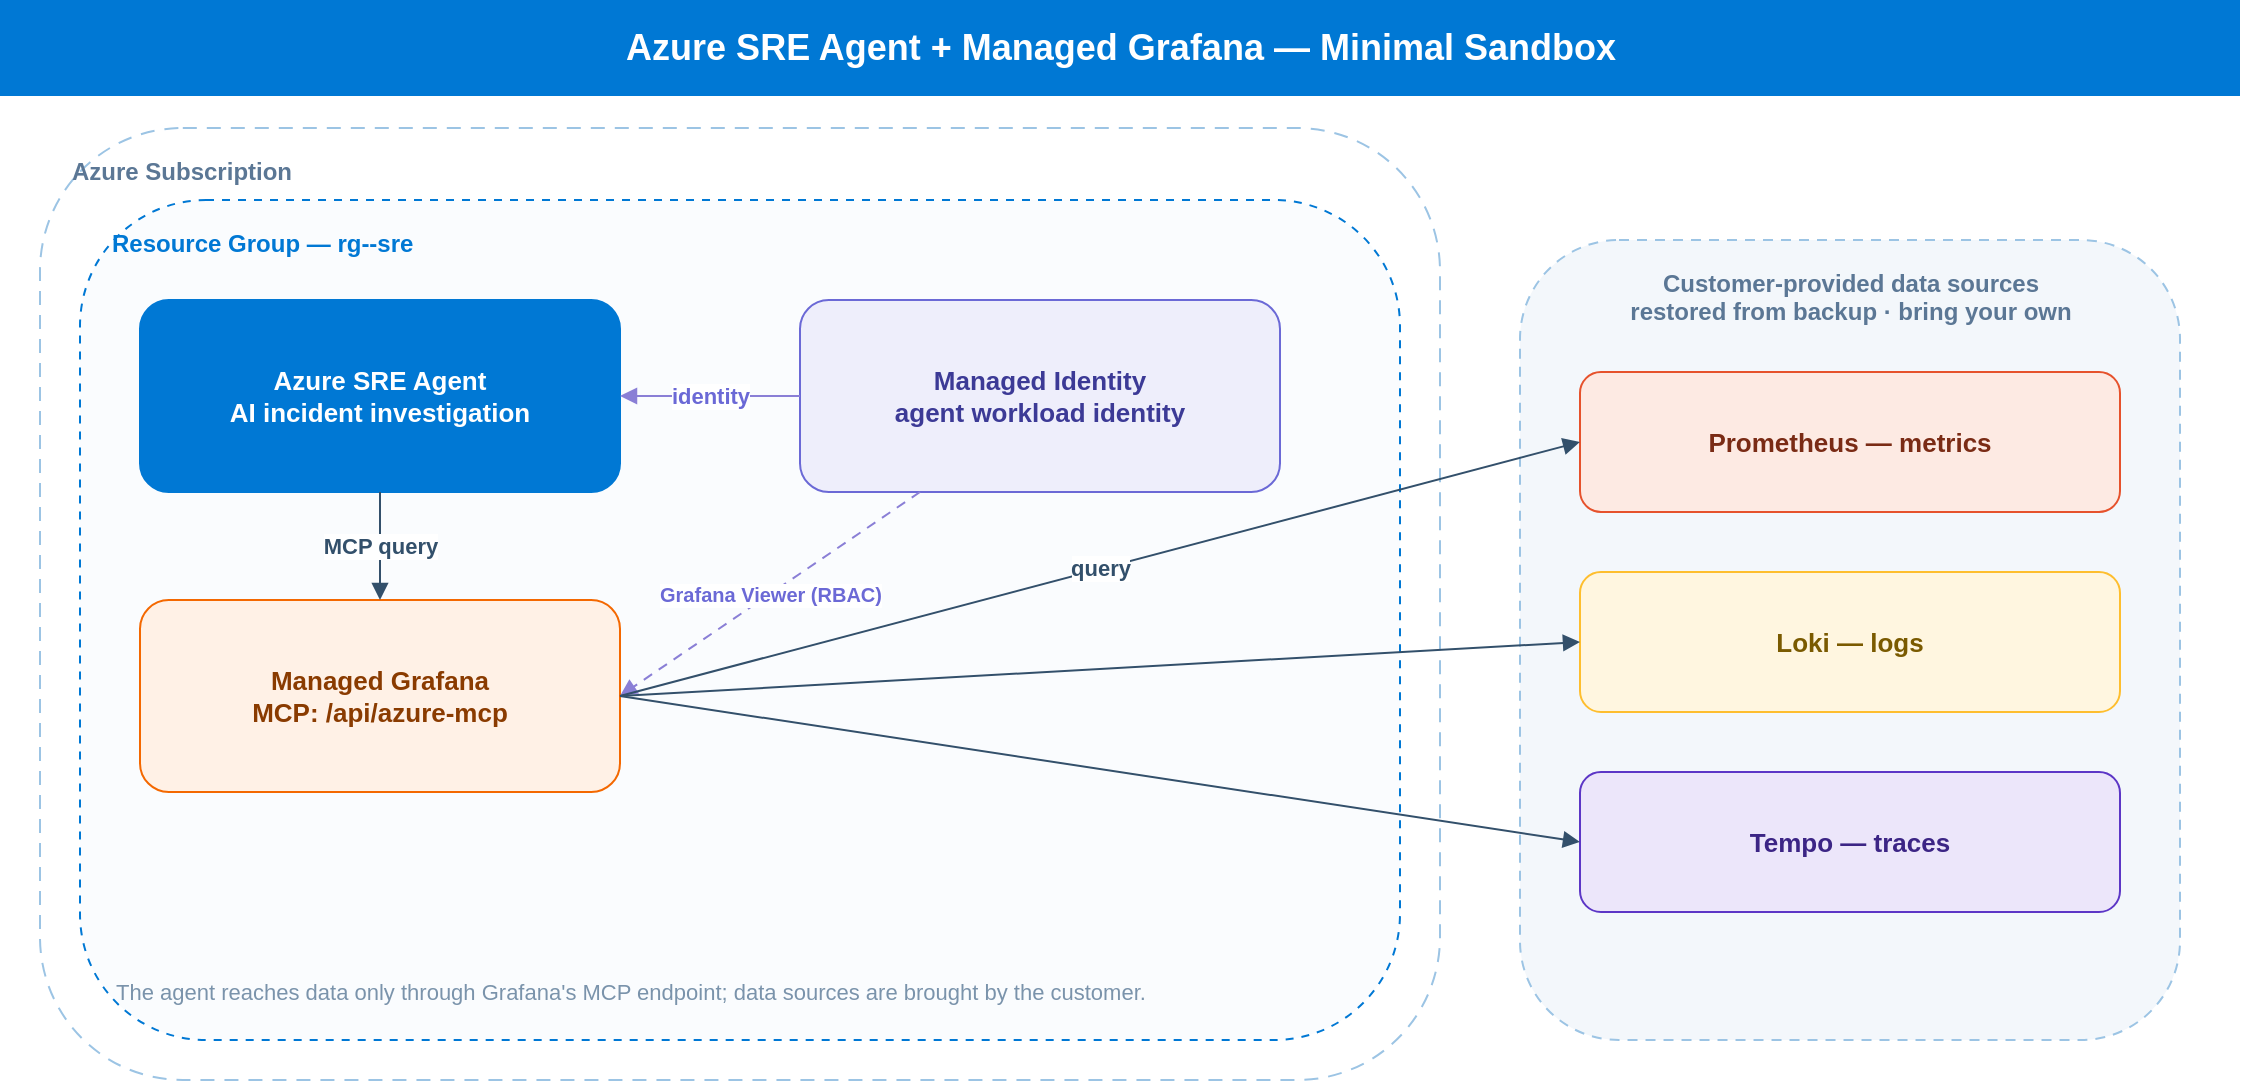
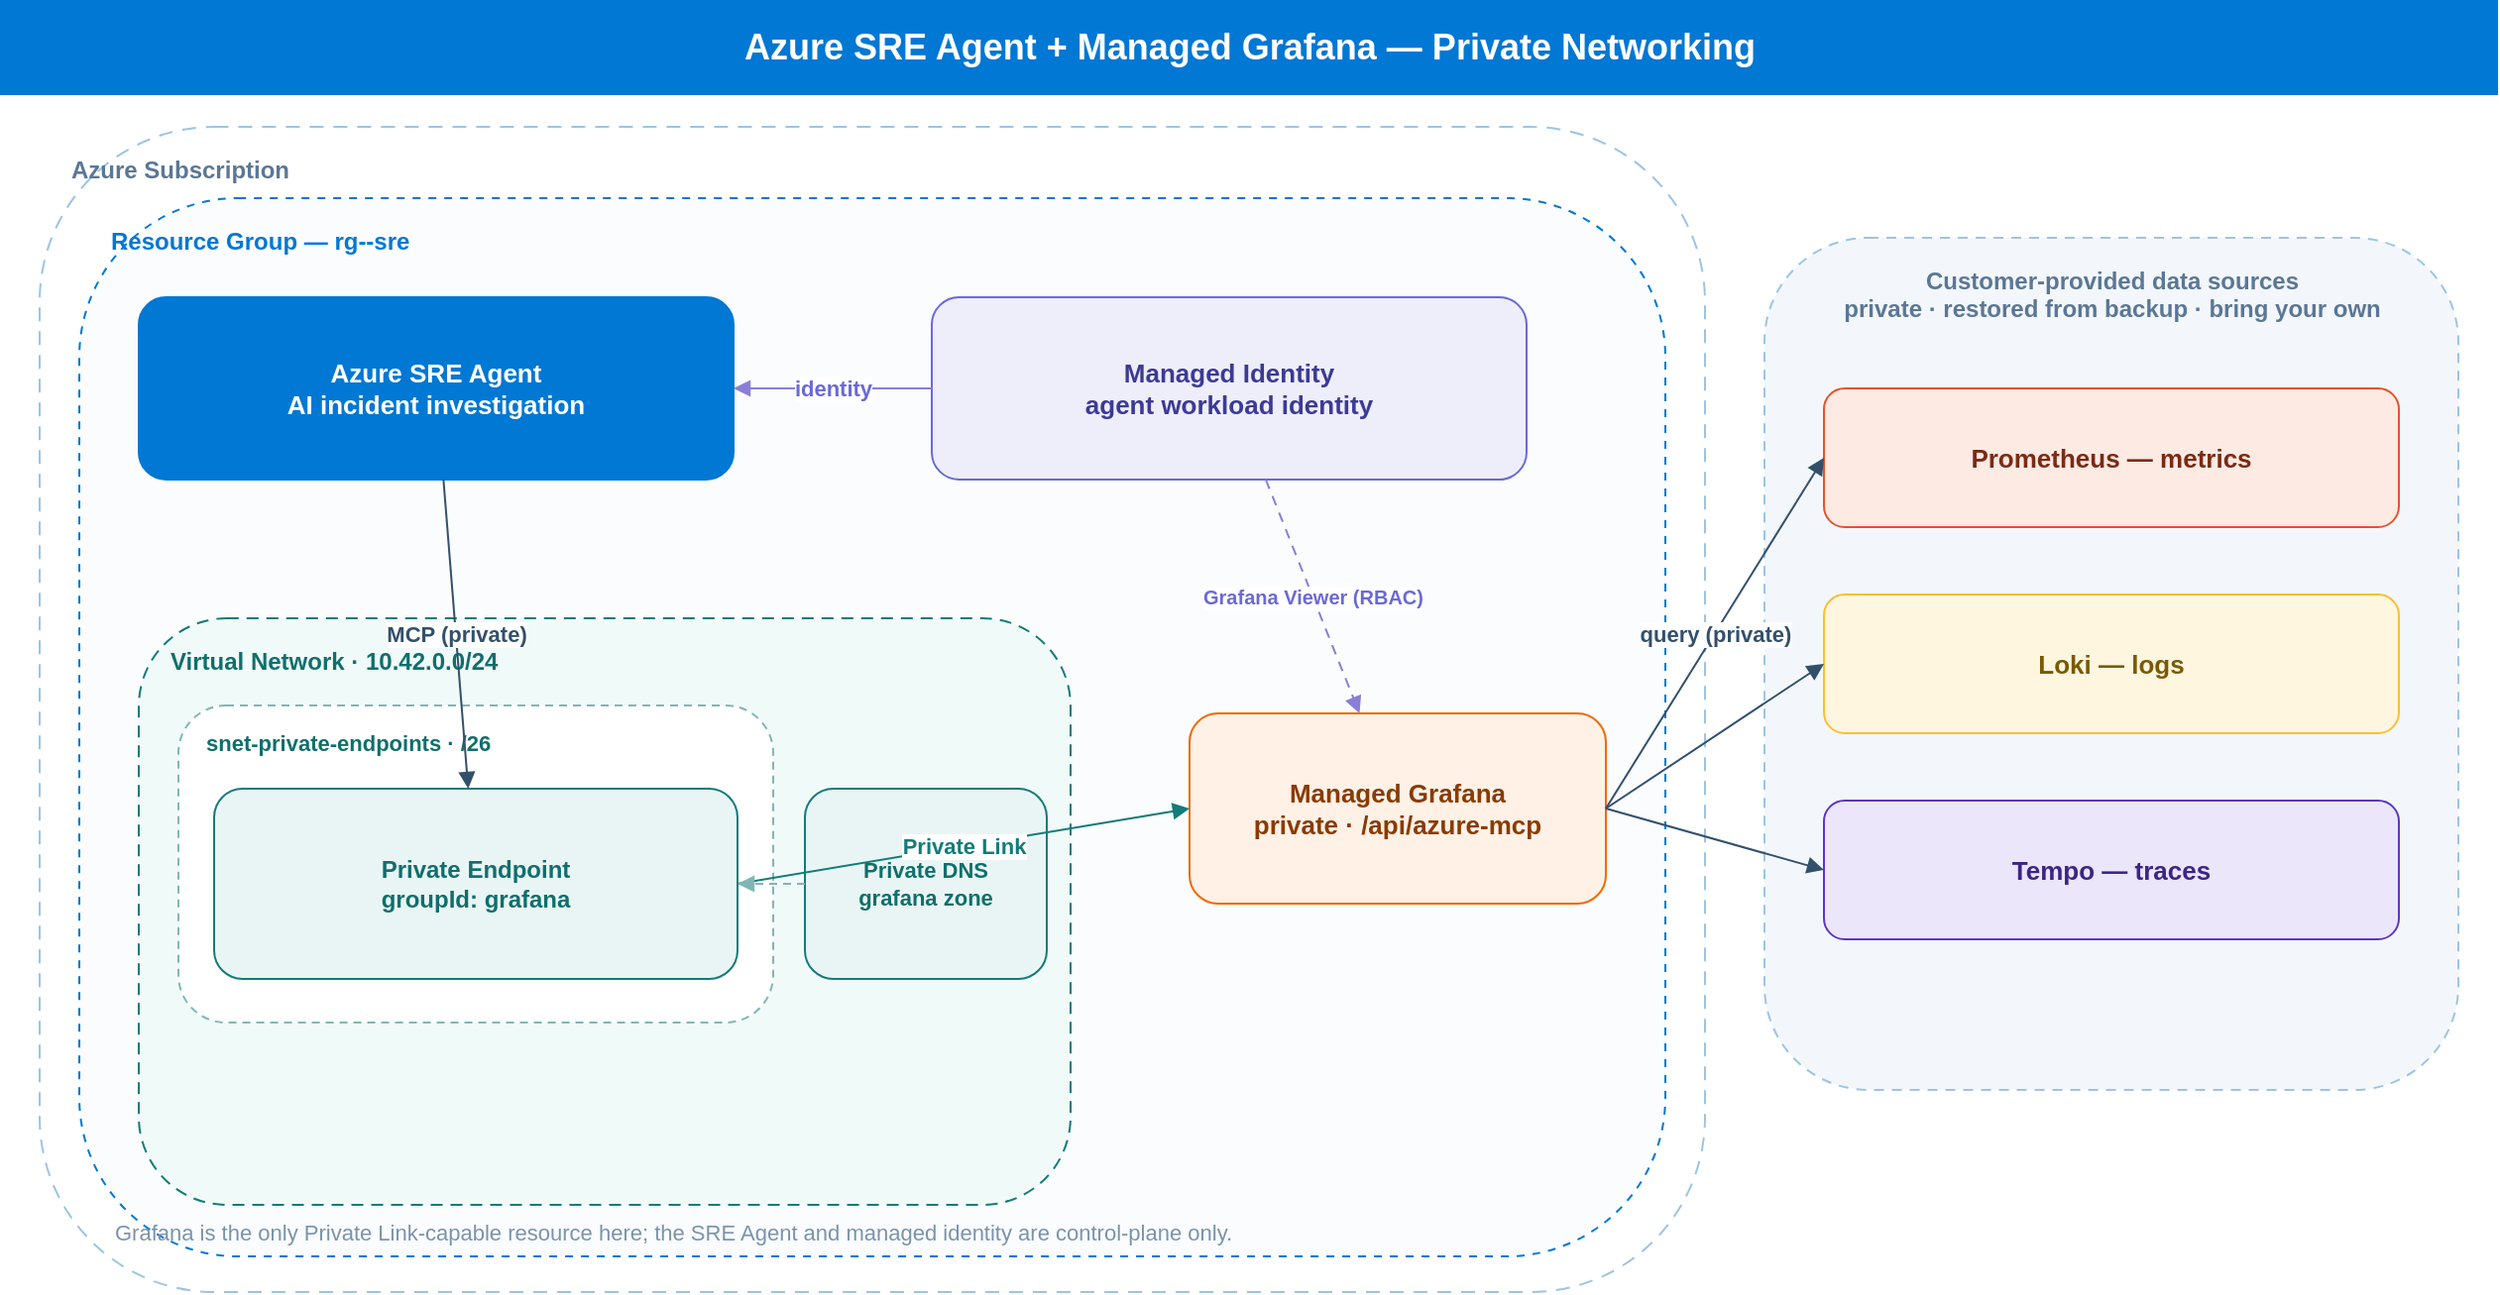
<mxfile host="app.diagrams.net" agent="azure-sre-agent-grafana" version="24.7.17">
-   <diagram id="sre-grafana-minimal" name="SRE Agent + Grafana">
-     <mxGraphModel dx="1120" dy="560" grid="1" gridSize="10" guides="1" tooltips="1" connect="1" arrows="1" fold="1" page="1" pageScale="1" pageWidth="1120" pageHeight="560" math="0" shadow="0">
+   <diagram id="sre-grafana-private" name="SRE Agent + Grafana (private)">
+     <mxGraphModel dx="1260" dy="680" grid="1" gridSize="10" guides="1" tooltips="1" connect="1" arrows="1" fold="1" page="1" pageScale="1" pageWidth="1260" pageHeight="680" math="0" shadow="0">
      <root>
        <mxCell id="0" />
        <mxCell id="1" parent="0" />

-         <mxCell id="title" value="Azure SRE Agent + Managed Grafana — Minimal Sandbox" style="text;html=1;align=center;verticalAlign=middle;fontSize=18;fontStyle=1;fontColor=#ffffff;fillColor=#0078D4;strokeColor=none;" vertex="1" parent="1">
-           <mxGeometry x="0" y="0" width="1120" height="48" as="geometry" />
+         <mxCell id="title" value="Azure SRE Agent + Managed Grafana — Private Networking" style="text;html=1;align=center;verticalAlign=middle;fontSize=18;fontStyle=1;fontColor=#ffffff;fillColor=#0078D4;strokeColor=none;" vertex="1" parent="1">
+           <mxGeometry x="0" y="0" width="1260" height="48" as="geometry" />
        </mxCell>

        <mxCell id="sub" value="Azure Subscription" style="rounded=1;html=1;dashed=1;dashPattern=7 5;strokeColor=#9CC4E4;fillColor=none;verticalAlign=top;align=left;spacingLeft=14;spacingTop=8;fontColor=#5b7795;fontSize=12;fontStyle=1;" vertex="1" parent="1">
-           <mxGeometry x="20" y="64" width="700" height="476" as="geometry" />
+           <mxGeometry x="20" y="64" width="840" height="588" as="geometry" />
        </mxCell>
        <mxCell id="rg" value="Resource Group — rg-&lt;env&gt;-sre" style="rounded=1;html=1;dashed=1;dashPattern=4 4;strokeColor=#0078D4;fillColor=#FAFCFE;verticalAlign=top;align=left;spacingLeft=14;spacingTop=8;fontColor=#0078D4;fontSize=12;fontStyle=1;" vertex="1" parent="1">
-           <mxGeometry x="40" y="100" width="660" height="420" as="geometry" />
+           <mxGeometry x="40" y="100" width="800" height="534" as="geometry" />
        </mxCell>

        <mxCell id="agent" value="Azure SRE Agent&#10;AI incident investigation" style="rounded=1;html=1;whiteSpace=wrap;fillColor=#0078D4;strokeColor=#0078D4;fontColor=#ffffff;fontSize=13;fontStyle=1;" vertex="1" parent="1">
-           <mxGeometry x="70" y="150" width="240" height="96" as="geometry" />
-         </mxCell>
-         <mxCell id="grafana" value="Managed Grafana&#10;MCP: /api/azure-mcp" style="rounded=1;html=1;whiteSpace=wrap;fillColor=#FFF1E6;strokeColor=#F46800;fontColor=#8a3b00;fontSize=13;fontStyle=1;" vertex="1" parent="1">
-           <mxGeometry x="70" y="300" width="240" height="96" as="geometry" />
+           <mxGeometry x="70" y="150" width="300" height="92" as="geometry" />
        </mxCell>
        <mxCell id="mi" value="Managed Identity&#10;agent workload identity" style="rounded=1;html=1;whiteSpace=wrap;fillColor=#EEEEFB;strokeColor=#6B69D6;fontColor=#3c3a96;fontSize=13;fontStyle=1;" vertex="1" parent="1">
-           <mxGeometry x="400" y="150" width="240" height="96" as="geometry" />
+           <mxGeometry x="470" y="150" width="300" height="92" as="geometry" />
        </mxCell>

-         <mxCell id="ds" value="Customer-provided data sources&#10;restored from backup · bring your own" style="rounded=1;html=1;dashed=1;dashPattern=5 4;strokeColor=#9CC4E4;fillColor=#F3F7FB;verticalAlign=top;align=center;spacingTop=8;fontColor=#5b7795;fontSize=12;fontStyle=1;" vertex="1" parent="1">
-           <mxGeometry x="760" y="120" width="330" height="400" as="geometry" />
+         <mxCell id="vnet" value="Virtual Network · 10.42.0.0/24" style="rounded=1;html=1;dashed=1;dashPattern=6 4;strokeColor=#127c79;fillColor=#F0FAF9;verticalAlign=top;align=left;spacingLeft=14;spacingTop=8;fontColor=#0f6f6c;fontSize=12;fontStyle=1;" vertex="1" parent="1">
+           <mxGeometry x="70" y="312" width="470" height="296" as="geometry" />
+         </mxCell>
+         <mxCell id="subnet" value="snet-private-endpoints · /26" style="rounded=1;html=1;dashed=1;dashPattern=4 3;strokeColor=#7fb7b5;fillColor=#FFFFFF;verticalAlign=top;align=left;spacingLeft=12;spacingTop=6;fontColor=#0f6f6c;fontSize=11;fontStyle=1;" vertex="1" parent="1">
+           <mxGeometry x="90" y="356" width="300" height="160" as="geometry" />
+         </mxCell>
+         <mxCell id="pe" value="Private Endpoint&#10;groupId: grafana" style="rounded=1;html=1;whiteSpace=wrap;fillColor=#E9F5F4;strokeColor=#127c79;fontColor=#0f6f6c;fontSize=12;fontStyle=1;" vertex="1" parent="1">
+           <mxGeometry x="108" y="398" width="264" height="96" as="geometry" />
+         </mxCell>
+         <mxCell id="dns" value="Private DNS&#10;grafana zone" style="rounded=1;html=1;whiteSpace=wrap;fillColor=#E9F5F4;strokeColor=#127c79;fontColor=#0f6f6c;fontSize=11;fontStyle=1;" vertex="1" parent="1">
+           <mxGeometry x="406" y="398" width="122" height="96" as="geometry" />
+         </mxCell>
+ 
+         <mxCell id="grafana" value="Managed Grafana&#10;private · /api/azure-mcp" style="rounded=1;html=1;whiteSpace=wrap;fillColor=#FFF1E6;strokeColor=#F46800;fontColor=#8a3b00;fontSize=13;fontStyle=1;" vertex="1" parent="1">
+           <mxGeometry x="600" y="360" width="210" height="96" as="geometry" />
+         </mxCell>
+ 
+         <mxCell id="ds" value="Customer-provided data sources&#10;private · restored from backup · bring your own" style="rounded=1;html=1;dashed=1;dashPattern=5 4;strokeColor=#9CC4E4;fillColor=#F3F7FB;verticalAlign=top;align=center;spacingTop=8;fontColor=#5b7795;fontSize=12;fontStyle=1;" vertex="1" parent="1">
+           <mxGeometry x="890" y="120" width="350" height="430" as="geometry" />
        </mxCell>
        <mxCell id="prom" value="Prometheus — metrics" style="rounded=1;html=1;whiteSpace=wrap;fillColor=#FDEAE3;strokeColor=#E6522C;fontColor=#7a2b15;fontSize=13;fontStyle=1;" vertex="1" parent="1">
-           <mxGeometry x="790" y="186" width="270" height="70" as="geometry" />
+           <mxGeometry x="920" y="196" width="290" height="70" as="geometry" />
        </mxCell>
        <mxCell id="loki" value="Loki — logs" style="rounded=1;html=1;whiteSpace=wrap;fillColor=#FFF6E0;strokeColor=#FEBE2E;fontColor=#7a5a00;fontSize=13;fontStyle=1;" vertex="1" parent="1">
-           <mxGeometry x="790" y="286" width="270" height="70" as="geometry" />
+           <mxGeometry x="920" y="300" width="290" height="70" as="geometry" />
        </mxCell>
        <mxCell id="tempo" value="Tempo — traces" style="rounded=1;html=1;whiteSpace=wrap;fillColor=#ECE6FA;strokeColor=#5C36C6;fontColor=#3c2585;fontSize=13;fontStyle=1;" vertex="1" parent="1">
-           <mxGeometry x="790" y="386" width="270" height="70" as="geometry" />
+           <mxGeometry x="920" y="404" width="290" height="70" as="geometry" />
        </mxCell>

-         <mxCell id="e_agent_grafana" value="MCP query" style="endArrow=block;html=1;rounded=0;strokeColor=#33506b;fontColor=#33506b;fontSize=11;fontStyle=1;" edge="1" parent="1" source="agent" target="grafana">
+         <mxCell id="e_pe_grafana" value="Private Link" style="endArrow=block;html=1;rounded=0;strokeColor=#127c79;fontColor=#127c79;fontSize=11;fontStyle=1;exitX=1;exitY=0.5;exitDx=0;exitDy=0;entryX=0;entryY=0.5;entryDx=0;entryDy=0;" edge="1" parent="1" source="pe" target="grafana">
+           <mxGeometry relative="1" as="geometry" />
+         </mxCell>
+         <mxCell id="e_dns_pe" style="endArrow=block;html=1;rounded=0;dashed=1;dashPattern=4 3;strokeColor=#7fb7b5;exitX=0;exitY=0.5;exitDx=0;exitDy=0;entryX=1;entryY=0.5;entryDx=0;entryDy=0;" edge="1" parent="1" source="dns" target="pe">
+           <mxGeometry relative="1" as="geometry" />
+         </mxCell>
+         <mxCell id="e_agent_grafana" value="MCP (private)" style="endArrow=block;html=1;rounded=1;strokeColor=#33506b;fontColor=#33506b;fontSize=11;fontStyle=1;" edge="1" parent="1" source="agent" target="pe">
          <mxGeometry relative="1" as="geometry" />
        </mxCell>
        <mxCell id="e_mi_agent" value="identity" style="endArrow=block;html=1;rounded=0;strokeColor=#8a7fd6;fontColor=#6B69D6;fontSize=11;fontStyle=1;" edge="1" parent="1" source="mi" target="agent">
          <mxGeometry relative="1" as="geometry" />
        </mxCell>
-         <mxCell id="e_mi_grafana" value="Grafana Viewer (RBAC)" style="endArrow=block;html=1;rounded=1;dashed=1;dashPattern=5 4;strokeColor=#8a7fd6;fontColor=#6B69D6;fontSize=10;fontStyle=1;exitX=0.25;exitY=1;exitDx=0;exitDy=0;entryX=1;entryY=0.5;entryDx=0;entryDy=0;" edge="1" parent="1" source="mi" target="grafana">
+         <mxCell id="e_mi_grafana" value="Grafana Viewer (RBAC)" style="endArrow=block;html=1;rounded=1;dashed=1;dashPattern=5 4;strokeColor=#8a7fd6;fontColor=#6B69D6;fontSize=10;fontStyle=1;" edge="1" parent="1" source="mi" target="grafana">
          <mxGeometry relative="1" as="geometry" />
        </mxCell>
-         <mxCell id="e_grafana_prom" value="query" style="endArrow=block;html=1;rounded=1;strokeColor=#33506b;fontColor=#33506b;fontSize=11;fontStyle=1;exitX=1;exitY=0.5;exitDx=0;exitDy=0;entryX=0;entryY=0.5;entryDx=0;entryDy=0;" edge="1" parent="1" source="grafana" target="prom">
+         <mxCell id="e_grafana_prom" value="query (private)" style="endArrow=block;html=1;rounded=1;strokeColor=#33506b;fontColor=#33506b;fontSize=11;fontStyle=1;exitX=1;exitY=0.5;exitDx=0;exitDy=0;entryX=0;entryY=0.5;entryDx=0;entryDy=0;" edge="1" parent="1" source="grafana" target="prom">
          <mxGeometry relative="1" as="geometry" />
        </mxCell>
        <mxCell id="e_grafana_loki" style="endArrow=block;html=1;rounded=1;strokeColor=#33506b;exitX=1;exitY=0.5;exitDx=0;exitDy=0;entryX=0;entryY=0.5;entryDx=0;entryDy=0;" edge="1" parent="1" source="grafana" target="loki">
          <mxGeometry relative="1" as="geometry" />
        </mxCell>
        <mxCell id="e_grafana_tempo" style="endArrow=block;html=1;rounded=1;strokeColor=#33506b;exitX=1;exitY=0.5;exitDx=0;exitDy=0;entryX=0;entryY=0.5;entryDx=0;entryDy=0;" edge="1" parent="1" source="grafana" target="tempo">
          <mxGeometry relative="1" as="geometry" />
        </mxCell>

-         <mxCell id="note" value="The agent reaches data only through Grafana's MCP endpoint; data sources are brought by the customer." style="text;html=1;align=left;verticalAlign=middle;fontColor=#7a93ab;fontSize=11;" vertex="1" parent="1">
-           <mxGeometry x="56" y="486" width="640" height="20" as="geometry" />
+         <mxCell id="note" value="Grafana is the only Private Link-capable resource here; the SRE Agent and managed identity are control-plane only." style="text;html=1;align=left;verticalAlign=middle;fontColor=#7a93ab;fontSize=11;" vertex="1" parent="1">
+           <mxGeometry x="56" y="612" width="780" height="20" as="geometry" />
        </mxCell>
      </root>
    </mxGraphModel>
  </diagram>
</mxfile>
